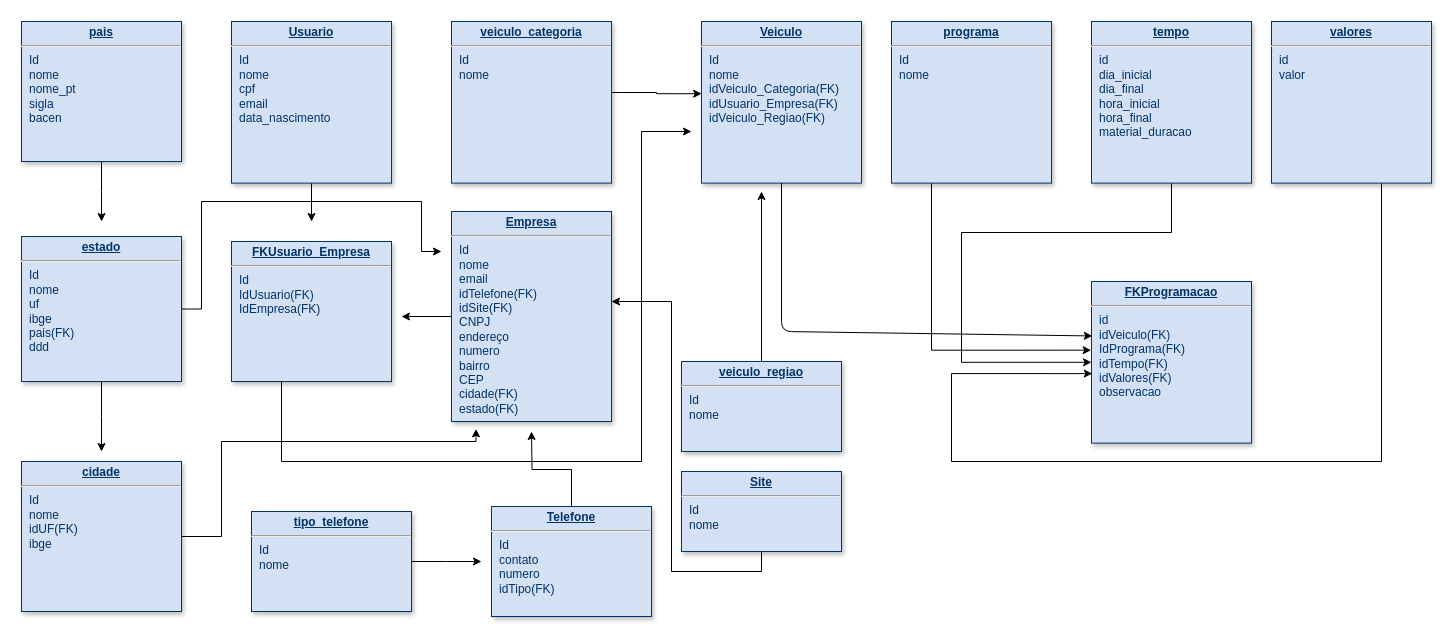
Above: Untitled Diagram (2) (1).drawio in diogo-guimaraes/teste_git (draw.io), before the change. Source tidied: cells renumbered, new cells numbered last; positions are measured from the earlier drawing's top-left corner, leaving out a move shared by most shapes. Both pictures are drawn from the tidied source at 100%, with x=0, y=0 at pixel (21, 21).
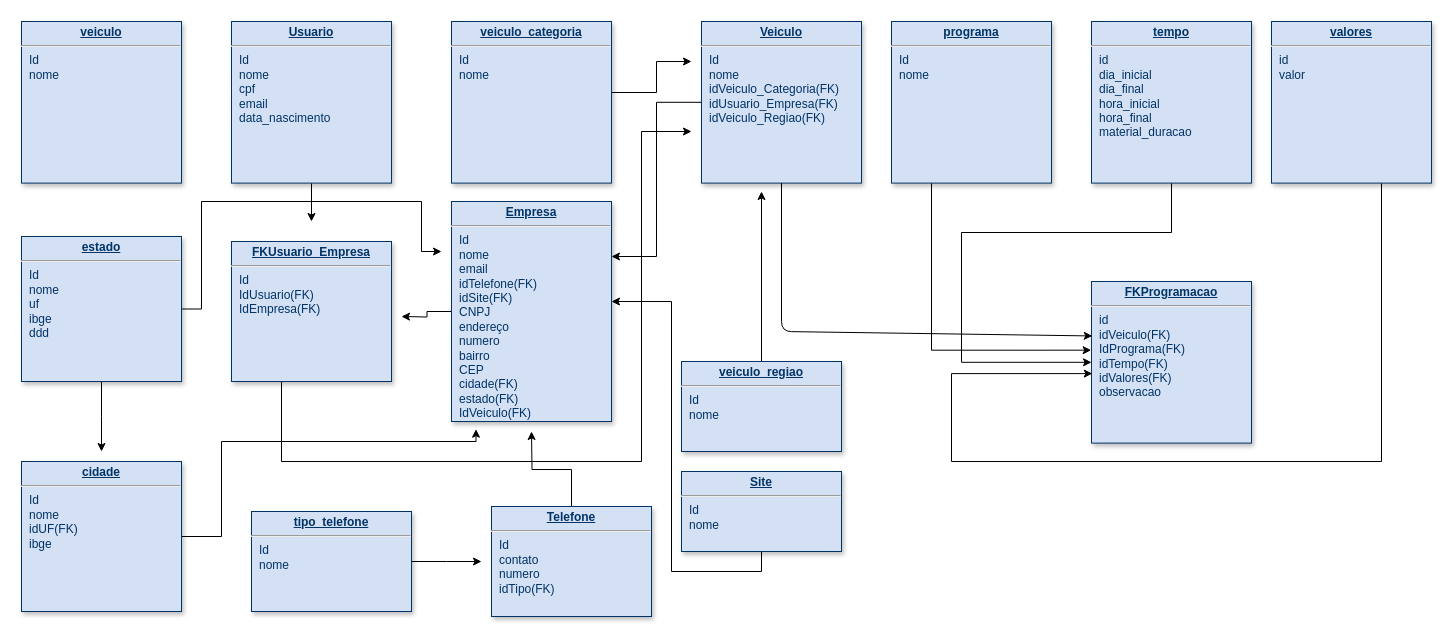
After the change.

Unchanged cells that the change refers to:
```xml
<mxCell id="10" value="&lt;p style=&quot;margin: 0px ; margin-top: 4px ; text-align: center ; text-decoration: underline&quot;&gt;&lt;b&gt;Veiculo&lt;/b&gt;&lt;/p&gt;&lt;hr&gt;&lt;p style=&quot;margin: 0px ; margin-left: 8px&quot;&gt;Id&lt;/p&gt;&lt;p style=&quot;margin: 0px ; margin-left: 8px&quot;&gt;nome&lt;/p&gt;&lt;p style=&quot;margin: 0px ; margin-left: 8px&quot;&gt;idVeiculo_Categoria(FK)&lt;/p&gt;&lt;p style=&quot;margin: 0px ; margin-left: 8px&quot;&gt;idUsuario_Empresa(FK)&lt;/p&gt;&lt;p style=&quot;margin: 0px ; margin-left: 8px&quot;&gt;idVeiculo_Regiao(FK)&lt;/p&gt;" style="verticalAlign=top;align=left;overflow=fill;fontSize=12;fontFamily=Helvetica;html=1;strokeColor=#003366;shadow=1;fillColor=#D4E1F5;fontColor=#003366;" parent="1" vertex="1">
  <mxGeometry x="680" width="160" height="161.6" as="geometry" />
</mxCell>
<mxCell id="13" value="&lt;p style=&quot;margin: 0px ; margin-top: 4px ; text-align: center ; text-decoration: underline&quot;&gt;&lt;b&gt;veiculo_categoria&lt;/b&gt;&lt;/p&gt;&lt;hr&gt;&lt;p style=&quot;margin: 0px ; margin-left: 8px&quot;&gt;Id&lt;/p&gt;&lt;p style=&quot;margin: 0px ; margin-left: 8px&quot;&gt;nome&lt;/p&gt;" style="verticalAlign=top;align=left;overflow=fill;fontSize=12;fontFamily=Helvetica;html=1;strokeColor=#003366;shadow=1;fillColor=#D4E1F5;fontColor=#003366;" parent="1" vertex="1">
  <mxGeometry x="430" width="160" height="161.6" as="geometry" />
</mxCell>
```

What changed in the source:
```diff
@@
+    <mxCell id="35" style="edgeStyle=orthogonalEdgeStyle;rounded=0;jettySize=auto;html=1;entryX=1;entryY=0.25;entryDx=0;entryDy=0;" parent="1" edge="1" source="10" target="17">
+      <mxGeometry relative="1" as="geometry" />
+    </mxCell>
@@
-    <mxCell id="12" style="edgeStyle=orthogonalEdgeStyle;rounded=0;jettySize=auto;html=1;exitX=1;exitY=0.5;exitDx=0;exitDy=0;entryX=0.001;entryY=0.447;entryDx=0;entryDy=0;entryPerimeter=0;" parent="1" edge="1" source="13" target="10">
+    <mxCell id="12" style="edgeStyle=orthogonalEdgeStyle;rounded=0;jettySize=auto;html=1;exitX=1;exitY=0.5;exitDx=0;exitDy=0;" parent="1" edge="1" source="13">
       <mxGeometry relative="1" as="geometry">
+        <mxPoint x="670" y="40" as="targetPoint" />
         <Array as="points">
           <mxPoint x="590" y="71" />
           <mxPoint x="635" y="71" />
-          <mxPoint x="635" y="72" />
         </Array>
       </mxGeometry>
     </mxCell>
@@
-    <mxCell id="17" value="&lt;p style=&quot;margin: 0px ; margin-top: 4px ; text-align: center ; text-decoration: underline&quot;&gt;&lt;b&gt;Empresa&lt;/b&gt;&lt;/p&gt;&lt;hr&gt;&lt;p style=&quot;margin: 0px ; margin-left: 8px&quot;&gt;Id&lt;/p&gt;&lt;p style=&quot;margin: 0px ; margin-left: 8px&quot;&gt;nome&lt;/p&gt;&lt;p style=&quot;margin: 0px ; margin-left: 8px&quot;&gt;email&lt;/p&gt;&lt;p style=&quot;margin: 0px ; margin-left: 8px&quot;&gt;&lt;span&gt;idTelefone(FK)&lt;/span&gt;&lt;/p&gt;&lt;p style=&quot;margin: 0px ; margin-left: 8px&quot;&gt;&lt;span&gt;idSite(FK)&lt;/span&gt;&lt;/p&gt;&lt;p style=&quot;margin: 0px ; margin-left: 8px&quot;&gt;&lt;span&gt;CNPJ&lt;/span&gt;&lt;br&gt;&lt;/p&gt;&lt;p style=&quot;margin: 0px ; margin-left: 8px&quot;&gt;endereço&lt;/p&gt;&lt;p style=&quot;margin: 0px ; margin-left: 8px&quot;&gt;numero&lt;/p&gt;&lt;p style=&quot;margin: 0px ; margin-left: 8px&quot;&gt;bairro&lt;/p&gt;&lt;p style=&quot;margin: 0px ; margin-left: 8px&quot;&gt;&lt;span&gt;CEP&lt;/span&gt;&lt;br&gt;&lt;/p&gt;&lt;p style=&quot;margin: 0px ; margin-left: 8px&quot;&gt;cidade(FK)&lt;/p&gt;&lt;p style=&quot;margin: 0px ; margin-left: 8px&quot;&gt;&lt;span&gt;estado(FK)&lt;/span&gt;&lt;/p&gt;&lt;p style=&quot;margin: 0px ; margin-left: 8px&quot;&gt;&lt;br&gt;&lt;/p&gt;&lt;p style=&quot;margin: 0px ; margin-left: 8px&quot;&gt;&lt;br&gt;&lt;/p&gt;" style="verticalAlign=top;align=left;overflow=fill;fontSize=12;fontFamily=Helvetica;html=1;strokeColor=#003366;shadow=1;fillColor=#D4E1F5;fontColor=#003366;" parent="1" vertex="1">
-      <mxGeometry x="430" y="190" width="160" height="210" as="geometry" />
+    <mxCell id="17" value="&lt;p style=&quot;margin: 0px ; margin-top: 4px ; text-align: center ; text-decoration: underline&quot;&gt;&lt;b&gt;Empresa&lt;/b&gt;&lt;/p&gt;&lt;hr&gt;&lt;p style=&quot;margin: 0px ; margin-left: 8px&quot;&gt;Id&lt;/p&gt;&lt;p style=&quot;margin: 0px ; margin-left: 8px&quot;&gt;nome&lt;/p&gt;&lt;p style=&quot;margin: 0px ; margin-left: 8px&quot;&gt;email&lt;/p&gt;&lt;p style=&quot;margin: 0px ; margin-left: 8px&quot;&gt;&lt;span&gt;idTelefone(FK)&lt;/span&gt;&lt;/p&gt;&lt;p style=&quot;margin: 0px ; margin-left: 8px&quot;&gt;&lt;span&gt;idSite(FK)&lt;/span&gt;&lt;/p&gt;&lt;p style=&quot;margin: 0px ; margin-left: 8px&quot;&gt;&lt;span&gt;CNPJ&lt;/span&gt;&lt;br&gt;&lt;/p&gt;&lt;p style=&quot;margin: 0px ; margin-left: 8px&quot;&gt;endereço&lt;/p&gt;&lt;p style=&quot;margin: 0px ; margin-left: 8px&quot;&gt;numero&lt;/p&gt;&lt;p style=&quot;margin: 0px ; margin-left: 8px&quot;&gt;bairro&lt;/p&gt;&lt;p style=&quot;margin: 0px ; margin-left: 8px&quot;&gt;&lt;span&gt;CEP&lt;/span&gt;&lt;br&gt;&lt;/p&gt;&lt;p style=&quot;margin: 0px ; margin-left: 8px&quot;&gt;cidade(FK)&lt;/p&gt;&lt;p style=&quot;margin: 0px ; margin-left: 8px&quot;&gt;&lt;span&gt;estado(FK)&lt;/span&gt;&lt;/p&gt;&lt;p style=&quot;margin: 0px ; margin-left: 8px&quot;&gt;IdVeiculo(FK)&lt;/p&gt;&lt;p style=&quot;margin: 0px ; margin-left: 8px&quot;&gt;&lt;br&gt;&lt;/p&gt;" style="verticalAlign=top;align=left;overflow=fill;fontSize=12;fontFamily=Helvetica;html=1;strokeColor=#003366;shadow=1;fillColor=#D4E1F5;fontColor=#003366;" parent="1" vertex="1">
+      <mxGeometry x="430" y="180" width="160" height="220" as="geometry" />
     </mxCell>
@@
-    <mxCell id="30" value="&lt;p style=&quot;margin: 0px ; margin-top: 4px ; text-align: center ; text-decoration: underline&quot;&gt;&lt;b&gt;estado&lt;/b&gt;&lt;/p&gt;&lt;hr&gt;&lt;p style=&quot;margin: 0px ; margin-left: 8px&quot;&gt;Id&lt;/p&gt;&lt;p style=&quot;margin: 0px ; margin-left: 8px&quot;&gt;nome&lt;/p&gt;&lt;p style=&quot;margin: 0px ; margin-left: 8px&quot;&gt;uf&lt;/p&gt;&lt;p style=&quot;margin: 0px ; margin-left: 8px&quot;&gt;ibge&lt;/p&gt;&lt;p style=&quot;margin: 0px ; margin-left: 8px&quot;&gt;pais(FK)&lt;/p&gt;&lt;p style=&quot;margin: 0px ; margin-left: 8px&quot;&gt;ddd&lt;/p&gt;" style="verticalAlign=top;align=left;overflow=fill;fontSize=12;fontFamily=Helvetica;html=1;strokeColor=#003366;shadow=1;fillColor=#D4E1F5;fontColor=#003366;" parent="1" vertex="1">
+    <mxCell id="30" value="&lt;p style=&quot;margin: 0px ; margin-top: 4px ; text-align: center ; text-decoration: underline&quot;&gt;&lt;b&gt;estado&lt;/b&gt;&lt;/p&gt;&lt;hr&gt;&lt;p style=&quot;margin: 0px ; margin-left: 8px&quot;&gt;Id&lt;/p&gt;&lt;p style=&quot;margin: 0px ; margin-left: 8px&quot;&gt;nome&lt;/p&gt;&lt;p style=&quot;margin: 0px ; margin-left: 8px&quot;&gt;uf&lt;/p&gt;&lt;p style=&quot;margin: 0px ; margin-left: 8px&quot;&gt;ibge&lt;/p&gt;&lt;p style=&quot;margin: 0px ; margin-left: 8px&quot;&gt;&lt;span&gt;ddd&lt;/span&gt;&lt;br&gt;&lt;/p&gt;" style="verticalAlign=top;align=left;overflow=fill;fontSize=12;fontFamily=Helvetica;html=1;strokeColor=#003366;shadow=1;fillColor=#D4E1F5;fontColor=#003366;" parent="1" vertex="1">
       <mxGeometry y="215" width="160" height="145" as="geometry" />
     </mxCell>
@@
-    <mxCell id="33" style="edgeStyle=orthogonalEdgeStyle;rounded=0;jettySize=auto;html=1;" parent="1" edge="1" source="34">
-      <mxGeometry relative="1" as="geometry">
-        <mxPoint x="80" y="200" as="targetPoint" />
-      </mxGeometry>
-    </mxCell>
-    <mxCell id="34" value="&lt;p style=&quot;margin: 0px ; margin-top: 4px ; text-align: center ; text-decoration: underline&quot;&gt;&lt;b&gt;pais&lt;/b&gt;&lt;/p&gt;&lt;hr&gt;&lt;p style=&quot;margin: 0px ; margin-left: 8px&quot;&gt;Id&lt;/p&gt;&lt;p style=&quot;margin: 0px ; margin-left: 8px&quot;&gt;nome&lt;/p&gt;&lt;p style=&quot;margin: 0px ; margin-left: 8px&quot;&gt;nome_pt&lt;/p&gt;&lt;p style=&quot;margin: 0px ; margin-left: 8px&quot;&gt;sigla&lt;/p&gt;&lt;p style=&quot;margin: 0px ; margin-left: 8px&quot;&gt;bacen&lt;/p&gt;" style="verticalAlign=top;align=left;overflow=fill;fontSize=12;fontFamily=Helvetica;html=1;strokeColor=#003366;shadow=1;fillColor=#D4E1F5;fontColor=#003366;" parent="1" vertex="1">
-      <mxGeometry width="160" height="140" as="geometry" />
-    </mxCell>
+    <mxCell id="36" value="&lt;p style=&quot;margin: 0px ; margin-top: 4px ; text-align: center ; text-decoration: underline&quot;&gt;&lt;b&gt;veiculo&lt;/b&gt;&lt;/p&gt;&lt;hr&gt;&lt;p style=&quot;margin: 0px ; margin-left: 8px&quot;&gt;Id&lt;/p&gt;&lt;p style=&quot;margin: 0px ; margin-left: 8px&quot;&gt;nome&lt;/p&gt;" style="verticalAlign=top;align=left;overflow=fill;fontSize=12;fontFamily=Helvetica;html=1;strokeColor=#003366;shadow=1;fillColor=#D4E1F5;fontColor=#003366;" parent="1" vertex="1">
+      <mxGeometry width="160" height="161.6" as="geometry" />
+    </mxCell>
```
